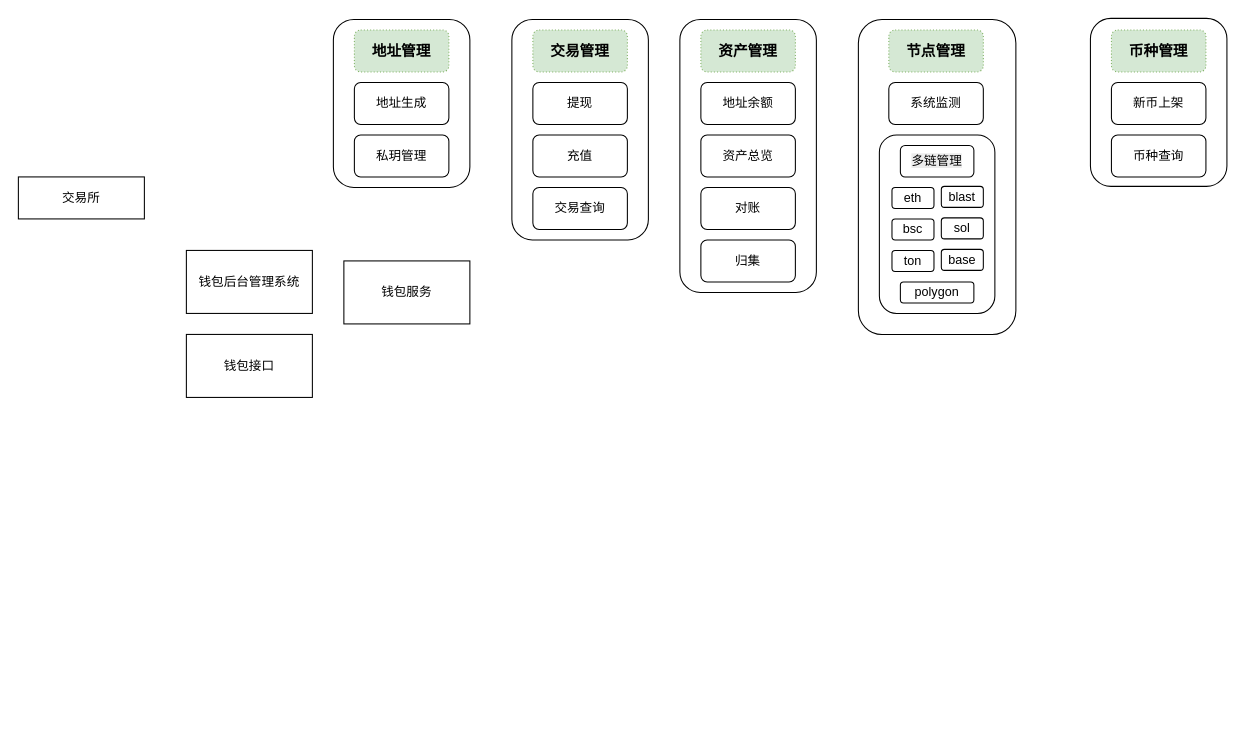
jirasun/sun keeps this draw.io diagram as test.drawio. Above is the earlier version. Source tidied: cells renumbered, new cells numbered last; positions are measured from the earlier drawing's top-left corner, leaving out a move shared by most shapes. Both pictures are drawn from the tidied source at 105%, with x=0, y=0 at pixel (18, 18).
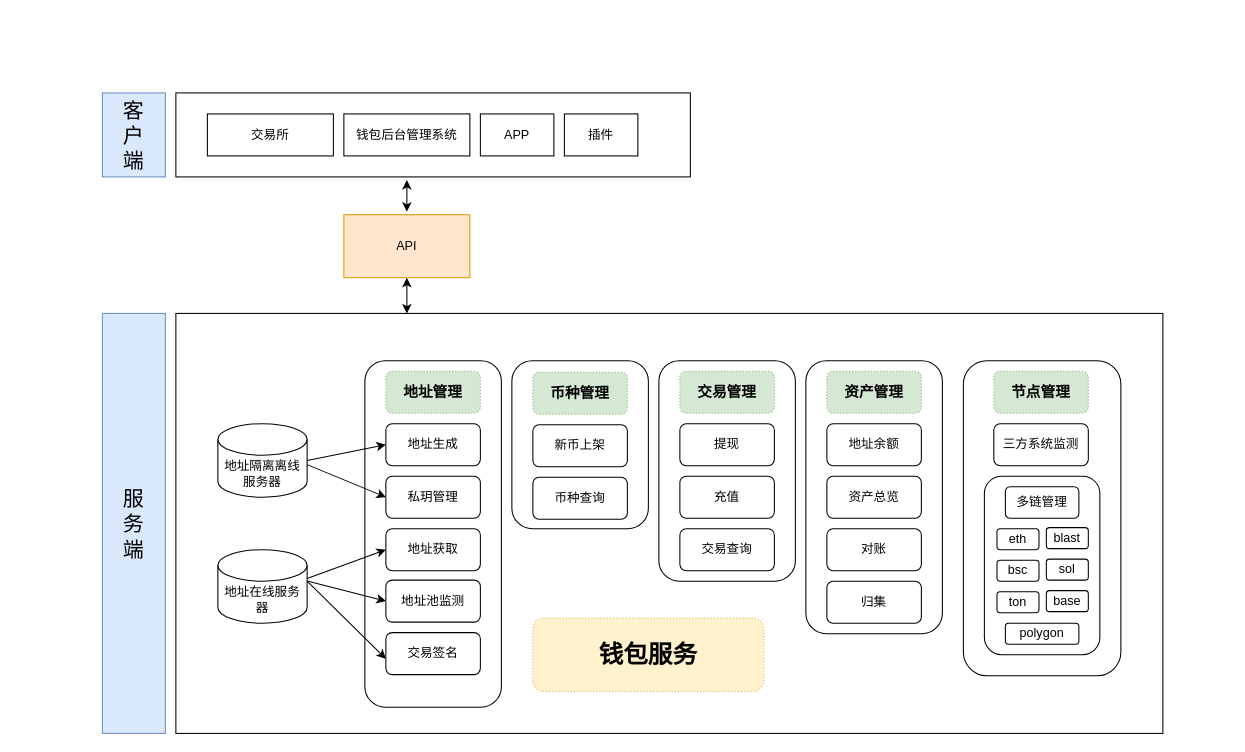
Above is the later version.

What changed in the source:
```diff
@@
+    <mxCell id="37" style="rounded=0;whiteSpace=wrap;html=1;align=center;verticalAlign=middle;fontFamily=Helvetica;fontSize=12;" parent="1" vertex="1">
+      <mxGeometry x="150" y="71" width="490" height="80" as="geometry" />
+    </mxCell>
     <mxCell id="2" value="交易所" style="rounded=0;whiteSpace=wrap;html=1;" parent="1" vertex="1">
-      <mxGeometry y="151" width="120" height="40" as="geometry" />
+      <mxGeometry x="180" y="91" width="120" height="40" as="geometry" />
     </mxCell>
+    <mxCell id="23" value="钱包后台管理系统" style="rounded=0;whiteSpace=wrap;html=1;" parent="1" vertex="1">
+      <mxGeometry x="310" y="91" width="120" height="40" as="geometry" />
+    </mxCell>
+    <mxCell id="38" style="group;" parent="1" vertex="1">
+      <mxGeometry x="150" y="281" width="940" height="400" as="geometry" />
+    </mxCell>
-    <mxCell id="3" value="钱包服务" style="rounded=0;whiteSpace=wrap;html=1;" parent="1" vertex="1">
-      <mxGeometry x="310" y="231" width="120" height="60" as="geometry" />
+    <mxCell id="3" style="rounded=0;whiteSpace=wrap;html=1;" parent="38" vertex="1">
+      <mxGeometry width="940" height="400" as="geometry" />
     </mxCell>
-    <mxCell id="4" value="&lt;h3&gt;&lt;br&gt;&lt;/h3&gt;" style="rounded=1;whiteSpace=wrap;html=1;align=left;verticalAlign=top;" parent="1" vertex="1">
-      <mxGeometry x="300" y="1" width="130" height="160" as="geometry" />
-    </mxCell>
-    <mxCell id="5" value="地址生成" style="rounded=1;whiteSpace=wrap;html=1;" parent="1" vertex="1">
-      <mxGeometry x="320" y="61" width="90" height="40" as="geometry" />
-    </mxCell>
-    <mxCell id="6" value="私玥管理" style="rounded=1;whiteSpace=wrap;html=1;" parent="1" vertex="1">
-      <mxGeometry x="320" y="111" width="90" height="40" as="geometry" />
-    </mxCell>
-    <mxCell id="7" value="&lt;h3 style=&quot;text-align: left;&quot;&gt;&lt;font style=&quot;font-size: 14px; line-height: 14px;&quot;&gt;地址管理&lt;/font&gt;&lt;/h3&gt;" style="rounded=1;whiteSpace=wrap;html=1;fillColor=#d5e8d4;strokeColor=#82b366;dashed=1;dashPattern=1 2;" parent="1" vertex="1">
-      <mxGeometry x="320" y="11" width="90" height="40" as="geometry" />
-    </mxCell>
-    <mxCell id="8" value="&lt;h3&gt;&lt;br&gt;&lt;/h3&gt;" style="rounded=1;whiteSpace=wrap;html=1;align=left;verticalAlign=top;" parent="1" vertex="1">
-      <mxGeometry x="470" y="1" width="130" height="210" as="geometry" />
-    </mxCell>
-    <mxCell id="9" value="提现" style="rounded=1;whiteSpace=wrap;html=1;" parent="1" vertex="1">
-      <mxGeometry x="490" y="61" width="90" height="40" as="geometry" />
-    </mxCell>
-    <mxCell id="10" value="充值" style="rounded=1;whiteSpace=wrap;html=1;" parent="1" vertex="1">
-      <mxGeometry x="490" y="111" width="90" height="40" as="geometry" />
-    </mxCell>
-    <mxCell id="11" value="&lt;h3 style=&quot;text-align: left;&quot;&gt;&lt;font style=&quot;font-size: 14px; line-height: 14px;&quot;&gt;交易管理&lt;/font&gt;&lt;/h3&gt;" style="rounded=1;whiteSpace=wrap;html=1;fillColor=#d5e8d4;strokeColor=#82b366;dashed=1;dashPattern=1 2;" parent="1" vertex="1">
-      <mxGeometry x="490" y="11" width="90" height="40" as="geometry" />
-    </mxCell>
-    <mxCell id="12" value="交易查询" style="rounded=1;whiteSpace=wrap;html=1;" parent="1" vertex="1">
-      <mxGeometry x="490" y="161" width="90" height="40" as="geometry" />
-    </mxCell>
-    <mxCell id="13" value="&lt;h3&gt;&lt;br&gt;&lt;/h3&gt;" style="rounded=1;whiteSpace=wrap;html=1;align=left;verticalAlign=top;" parent="1" vertex="1">
-      <mxGeometry x="630" y="1" width="130" height="260" as="geometry" />
-    </mxCell>
-    <mxCell id="14" value="地址余额" style="rounded=1;whiteSpace=wrap;html=1;" parent="1" vertex="1">
-      <mxGeometry x="650" y="61" width="90" height="40" as="geometry" />
-    </mxCell>
-    <mxCell id="15" value="资产总览" style="rounded=1;whiteSpace=wrap;html=1;" parent="1" vertex="1">
-      <mxGeometry x="650" y="111" width="90" height="40" as="geometry" />
-    </mxCell>
-    <mxCell id="16" value="&lt;h3 style=&quot;text-align: left;&quot;&gt;&lt;font style=&quot;font-size: 14px; line-height: 14px;&quot;&gt;资产管理&lt;/font&gt;&lt;/h3&gt;" style="rounded=1;whiteSpace=wrap;html=1;fillColor=#d5e8d4;strokeColor=#82b366;dashed=1;dashPattern=1 2;" parent="1" vertex="1">
-      <mxGeometry x="650" y="11" width="90" height="40" as="geometry" />
-    </mxCell>
-    <mxCell id="17" value="对账" style="rounded=1;whiteSpace=wrap;html=1;" parent="1" vertex="1">
-      <mxGeometry x="650" y="161" width="90" height="40" as="geometry" />
-    </mxCell>
-    <mxCell id="18" value="归集" style="rounded=1;whiteSpace=wrap;html=1;" parent="1" vertex="1">
-      <mxGeometry x="650" y="211" width="90" height="40" as="geometry" />
-    </mxCell>
+    <mxCell id="39" style="group;" parent="38" vertex="1">
+      <mxGeometry x="320" y="45" width="130" height="160" as="geometry" />
+    </mxCell>
+    <mxCell id="33" value="&lt;h3&gt;&lt;br&gt;&lt;/h3&gt;" style="rounded=1;whiteSpace=wrap;html=1;align=left;verticalAlign=top;" parent="39" vertex="1">
+      <mxGeometry width="130" height="160" as="geometry" />
+    </mxCell>
+    <mxCell id="34" value="新币上架" style="rounded=1;whiteSpace=wrap;html=1;" parent="39" vertex="1">
+      <mxGeometry x="20" y="61" width="90" height="40" as="geometry" />
+    </mxCell>
+    <mxCell id="35" value="币种查询" style="rounded=1;whiteSpace=wrap;html=1;" parent="39" vertex="1">
+      <mxGeometry x="20" y="111" width="90" height="40" as="geometry" />
+    </mxCell>
+    <mxCell id="36" value="&lt;h3 style=&quot;text-align: left;&quot;&gt;&lt;font style=&quot;font-size: 14px; line-height: 14px;&quot;&gt;币种管理&lt;/font&gt;&lt;/h3&gt;" style="rounded=1;whiteSpace=wrap;html=1;fillColor=#d5e8d4;strokeColor=#82b366;dashed=1;dashPattern=1 2;" parent="39" vertex="1">
+      <mxGeometry x="20" y="11" width="90" height="40" as="geometry" />
+    </mxCell>
+    <mxCell id="40" style="group;" parent="38" vertex="1">
+      <mxGeometry x="750" y="45" width="150" height="300" as="geometry" />
+    </mxCell>
-    <mxCell id="19" value="&lt;h3&gt;&lt;br&gt;&lt;/h3&gt;" style="rounded=1;whiteSpace=wrap;html=1;align=left;verticalAlign=top;" parent="1" vertex="1">
-      <mxGeometry x="800" y="1" width="150" height="300" as="geometry" />
+    <mxCell id="19" value="&lt;h3&gt;&lt;br&gt;&lt;/h3&gt;" style="rounded=1;whiteSpace=wrap;html=1;align=left;verticalAlign=top;" parent="40" vertex="1">
+      <mxGeometry width="150" height="300" as="geometry" />
     </mxCell>
-    <mxCell id="20" value="系统监测" style="rounded=1;whiteSpace=wrap;html=1;" parent="1" vertex="1">
-      <mxGeometry x="829" y="61" width="90" height="40" as="geometry" />
+    <mxCell id="20" value="三方系统监测" style="rounded=1;whiteSpace=wrap;html=1;" parent="40" vertex="1">
+      <mxGeometry x="29" y="60" width="90" height="40" as="geometry" />
     </mxCell>
-    <mxCell id="21" style="rounded=1;whiteSpace=wrap;html=1;" parent="1" vertex="1">
-      <mxGeometry x="820" y="111" width="110" height="170" as="geometry" />
+    <mxCell id="21" style="rounded=1;whiteSpace=wrap;html=1;" parent="40" vertex="1">
+      <mxGeometry x="20" y="110" width="110" height="170" as="geometry" />
     </mxCell>
-    <mxCell id="22" value="&lt;h3 style=&quot;text-align: left;&quot;&gt;&lt;font style=&quot;font-size: 14px; line-height: 14px;&quot;&gt;节点管理&lt;/font&gt;&lt;/h3&gt;" style="rounded=1;whiteSpace=wrap;html=1;fillColor=#d5e8d4;strokeColor=#82b366;dashed=1;dashPattern=1 2;" parent="1" vertex="1">
-      <mxGeometry x="829" y="11" width="90" height="40" as="geometry" />
+    <mxCell id="22" value="&lt;h3 style=&quot;text-align: left;&quot;&gt;&lt;font style=&quot;font-size: 14px; line-height: 14px;&quot;&gt;节点管理&lt;/font&gt;&lt;/h3&gt;" style="rounded=1;whiteSpace=wrap;html=1;fillColor=#d5e8d4;strokeColor=#82b366;dashed=1;dashPattern=1 2;" parent="40" vertex="1">
+      <mxGeometry x="29" y="10" width="90" height="40" as="geometry" />
     </mxCell>
-    <mxCell id="23" value="钱包后台管理系统" style="rounded=0;whiteSpace=wrap;html=1;" parent="1" vertex="1">
-      <mxGeometry x="160" y="221" width="120" height="60" as="geometry" />
-    </mxCell>
-    <mxCell id="24" value="钱包接口" style="rounded=0;whiteSpace=wrap;html=1;" parent="1" vertex="1">
-      <mxGeometry x="160" y="301" width="120" height="60" as="geometry" />
-    </mxCell>
-    <mxCell id="25" value="&lt;span style=&quot;color: rgb(0, 0, 0); font-family: Helvetica; font-size: 12px; font-style: normal; font-variant-ligatures: normal; font-variant-caps: normal; font-weight: 400; letter-spacing: normal; orphans: 2; text-align: center; text-indent: 0px; text-transform: none; widows: 2; word-spacing: 0px; -webkit-text-stroke-width: 0px; white-space: normal; background-color: rgb(236, 236, 236); text-decoration-thickness: initial; text-decoration-style: initial; text-decoration-color: initial; display: inline !important; float: none;&quot;&gt;多链管理&lt;/span&gt;" style="rounded=1;whiteSpace=wrap;html=1;" parent="1" vertex="1">
-      <mxGeometry x="840" y="121" width="70" height="30" as="geometry" />
+    <mxCell id="25" value="&lt;span style=&quot;color: rgb(0, 0, 0); font-family: Helvetica; font-size: 12px; font-style: normal; font-variant-ligatures: normal; font-variant-caps: normal; font-weight: 400; letter-spacing: normal; orphans: 2; text-align: center; text-indent: 0px; text-transform: none; widows: 2; word-spacing: 0px; -webkit-text-stroke-width: 0px; white-space: normal; text-decoration-thickness: initial; text-decoration-style: initial; text-decoration-color: initial; float: none; background-color: rgb(255, 255, 255); display: inline !important;&quot;&gt;多链管理&lt;/span&gt;" style="rounded=1;whiteSpace=wrap;html=1;" parent="40" vertex="1">
+      <mxGeometry x="40" y="120" width="70" height="30" as="geometry" />
     </mxCell>
-    <mxCell id="26" value="eth" style="rounded=1;whiteSpace=wrap;html=1;" parent="1" vertex="1">
-      <mxGeometry x="832" y="161" width="40" height="20" as="geometry" />
+    <mxCell id="26" value="eth" style="rounded=1;whiteSpace=wrap;html=1;" parent="40" vertex="1">
+      <mxGeometry x="32" y="160" width="40" height="20" as="geometry" />
     </mxCell>
-    <mxCell id="27" value="bsc" style="rounded=1;whiteSpace=wrap;html=1;" parent="1" vertex="1">
-      <mxGeometry x="832" y="191" width="40" height="20" as="geometry" />
+    <mxCell id="27" value="bsc" style="rounded=1;whiteSpace=wrap;html=1;" parent="40" vertex="1">
+      <mxGeometry x="32" y="190" width="40" height="20" as="geometry" />
     </mxCell>
-    <mxCell id="28" value="polygon" style="rounded=1;whiteSpace=wrap;html=1;" parent="1" vertex="1">
-      <mxGeometry x="840" y="251" width="70" height="20" as="geometry" />
+    <mxCell id="28" value="polygon" style="rounded=1;whiteSpace=wrap;html=1;" parent="40" vertex="1">
+      <mxGeometry x="40" y="250" width="70" height="20" as="geometry" />
     </mxCell>
-    <mxCell id="29" value="ton" style="rounded=1;whiteSpace=wrap;html=1;" parent="1" vertex="1">
-      <mxGeometry x="832" y="221" width="40" height="20" as="geometry" />
+    <mxCell id="29" value="ton" style="rounded=1;whiteSpace=wrap;html=1;" parent="40" vertex="1">
+      <mxGeometry x="32" y="220" width="40" height="20" as="geometry" />
     </mxCell>
-    <mxCell id="30" value="blast" style="rounded=1;whiteSpace=wrap;html=1;" parent="1" vertex="1">
-      <mxGeometry x="879" y="160" width="40" height="20" as="geometry" />
+    <mxCell id="30" value="blast" style="rounded=1;whiteSpace=wrap;html=1;" parent="40" vertex="1">
+      <mxGeometry x="79" y="159" width="40" height="20" as="geometry" />
     </mxCell>
-    <mxCell id="31" value="sol" style="rounded=1;whiteSpace=wrap;html=1;" parent="1" vertex="1">
-      <mxGeometry x="879" y="190" width="40" height="20" as="geometry" />
+    <mxCell id="31" value="sol" style="rounded=1;whiteSpace=wrap;html=1;" parent="40" vertex="1">
+      <mxGeometry x="79" y="189" width="40" height="20" as="geometry" />
     </mxCell>
-    <mxCell id="32" value="base" style="rounded=1;whiteSpace=wrap;html=1;" parent="1" vertex="1">
-      <mxGeometry x="879" y="220" width="40" height="20" as="geometry" />
+    <mxCell id="32" value="base" style="rounded=1;whiteSpace=wrap;html=1;" parent="40" vertex="1">
+      <mxGeometry x="79" y="219" width="40" height="20" as="geometry" />
     </mxCell>
-    <mxCell id="33" value="&lt;h3&gt;&lt;br&gt;&lt;/h3&gt;" style="rounded=1;whiteSpace=wrap;html=1;align=left;verticalAlign=top;" parent="1" vertex="1">
-      <mxGeometry x="1021" width="130" height="160" as="geometry" />
-    </mxCell>
-    <mxCell id="34" value="新币上架" style="rounded=1;whiteSpace=wrap;html=1;" parent="1" vertex="1">
-      <mxGeometry x="1041" y="61" width="90" height="40" as="geometry" />
-    </mxCell>
-    <mxCell id="35" value="币种查询" style="rounded=1;whiteSpace=wrap;html=1;" parent="1" vertex="1">
-      <mxGeometry x="1041" y="111" width="90" height="40" as="geometry" />
-    </mxCell>
-    <mxCell id="36" value="&lt;h3 style=&quot;text-align: left;&quot;&gt;&lt;font style=&quot;font-size: 14px; line-height: 14px;&quot;&gt;币种管理&lt;/font&gt;&lt;/h3&gt;" style="rounded=1;whiteSpace=wrap;html=1;fillColor=#d5e8d4;strokeColor=#82b366;dashed=1;dashPattern=1 2;" parent="1" vertex="1">
-      <mxGeometry x="1041" y="11" width="90" height="40" as="geometry" />
-    </mxCell>
+    <mxCell id="41" style="group;" parent="38" vertex="1">
+      <mxGeometry x="600" y="45" width="130" height="260" as="geometry" />
+    </mxCell>
+    <mxCell id="13" value="&lt;h3&gt;&lt;br&gt;&lt;/h3&gt;" style="rounded=1;whiteSpace=wrap;html=1;align=left;verticalAlign=top;" parent="41" vertex="1">
+      <mxGeometry width="130" height="260" as="geometry" />
+    </mxCell>
+    <mxCell id="14" value="地址余额" style="rounded=1;whiteSpace=wrap;html=1;" parent="41" vertex="1">
+      <mxGeometry x="20" y="60" width="90" height="40" as="geometry" />
+    </mxCell>
+    <mxCell id="15" value="资产总览" style="rounded=1;whiteSpace=wrap;html=1;" parent="41" vertex="1">
+      <mxGeometry x="20" y="110" width="90" height="40" as="geometry" />
+    </mxCell>
+    <mxCell id="16" value="&lt;h3 style=&quot;text-align: left;&quot;&gt;&lt;font style=&quot;font-size: 14px; line-height: 14px;&quot;&gt;资产管理&lt;/font&gt;&lt;/h3&gt;" style="rounded=1;whiteSpace=wrap;html=1;fillColor=#d5e8d4;strokeColor=#82b366;dashed=1;dashPattern=1 2;" parent="41" vertex="1">
+      <mxGeometry x="20" y="10" width="90" height="40" as="geometry" />
+    </mxCell>
+    <mxCell id="17" value="对账" style="rounded=1;whiteSpace=wrap;html=1;" parent="41" vertex="1">
+      <mxGeometry x="20" y="160" width="90" height="40" as="geometry" />
+    </mxCell>
+    <mxCell id="18" value="归集" style="rounded=1;whiteSpace=wrap;html=1;" parent="41" vertex="1">
+      <mxGeometry x="20" y="210" width="90" height="40" as="geometry" />
+    </mxCell>
+    <mxCell id="42" style="group;" parent="38" vertex="1">
+      <mxGeometry x="460" y="45" width="130" height="210" as="geometry" />
+    </mxCell>
+    <mxCell id="8" value="&lt;h3&gt;&lt;br&gt;&lt;/h3&gt;" style="rounded=1;whiteSpace=wrap;html=1;align=left;verticalAlign=top;" parent="42" vertex="1">
+      <mxGeometry width="130" height="210" as="geometry" />
+    </mxCell>
+    <mxCell id="9" value="提现" style="rounded=1;whiteSpace=wrap;html=1;" parent="42" vertex="1">
+      <mxGeometry x="20" y="60" width="90" height="40" as="geometry" />
+    </mxCell>
+    <mxCell id="10" value="充值" style="rounded=1;whiteSpace=wrap;html=1;" parent="42" vertex="1">
+      <mxGeometry x="20" y="110" width="90" height="40" as="geometry" />
+    </mxCell>
+    <mxCell id="11" value="&lt;h3 style=&quot;text-align: left;&quot;&gt;&lt;font style=&quot;font-size: 14px; line-height: 14px;&quot;&gt;交易管理&lt;/font&gt;&lt;/h3&gt;" style="rounded=1;whiteSpace=wrap;html=1;fillColor=#d5e8d4;strokeColor=#82b366;dashed=1;dashPattern=1 2;" parent="42" vertex="1">
+      <mxGeometry x="20" y="10" width="90" height="40" as="geometry" />
+    </mxCell>
+    <mxCell id="12" value="交易查询" style="rounded=1;whiteSpace=wrap;html=1;" parent="42" vertex="1">
+      <mxGeometry x="20" y="160" width="90" height="40" as="geometry" />
+    </mxCell>
+    <mxCell id="43" style="group;" parent="38" vertex="1">
+      <mxGeometry x="40" y="45" width="270" height="330" as="geometry" />
+    </mxCell>
+    <mxCell id="4" value="&lt;h3&gt;&lt;br&gt;&lt;/h3&gt;" style="rounded=1;whiteSpace=wrap;html=1;align=left;verticalAlign=top;" parent="43" vertex="1">
+      <mxGeometry x="140" width="130" height="330" as="geometry" />
+    </mxCell>
+    <mxCell id="5" value="地址生成" style="rounded=1;whiteSpace=wrap;html=1;" parent="43" vertex="1">
+      <mxGeometry x="160" y="60" width="90" height="40" as="geometry" />
+    </mxCell>
+    <mxCell id="6" value="私玥管理" style="rounded=1;whiteSpace=wrap;html=1;" parent="43" vertex="1">
+      <mxGeometry x="160" y="110" width="90" height="40" as="geometry" />
+    </mxCell>
+    <mxCell id="7" value="&lt;h3 style=&quot;text-align: left;&quot;&gt;&lt;font style=&quot;font-size: 14px; line-height: 14px;&quot;&gt;地址管理&lt;/font&gt;&lt;/h3&gt;" style="rounded=1;whiteSpace=wrap;html=1;fillColor=#d5e8d4;strokeColor=#82b366;dashed=1;dashPattern=1 2;" parent="43" vertex="1">
+      <mxGeometry x="160" y="10" width="90" height="40" as="geometry" />
+    </mxCell>
+    <mxCell id="44" value="地址隔离离线服务器" style="shape=cylinder3;whiteSpace=wrap;html=1;boundedLbl=1;backgroundOutline=1;size=15;" parent="43" vertex="1">
+      <mxGeometry y="60" width="85" height="70" as="geometry" />
+    </mxCell>
+    <mxCell id="45" style="endArrow=classic;html=1;rounded=0;exitX=1;exitY=0.5;exitDx=0;exitDy=0;exitPerimeter=0;" parent="43" edge="1" source="44">
+      <mxGeometry relative="1" as="geometry">
+        <mxPoint x="160" y="80" as="targetPoint" />
+      </mxGeometry>
+    </mxCell>
+    <mxCell id="46" style="endArrow=classic;html=1;rounded=0;entryX=0;entryY=0.5;entryDx=0;entryDy=0;" parent="43" edge="1" target="6">
+      <mxGeometry relative="1" as="geometry">
+        <mxPoint x="85" y="99" as="sourcePoint" />
+      </mxGeometry>
+    </mxCell>
+    <mxCell id="47" value="地址获取" style="rounded=1;whiteSpace=wrap;html=1;" parent="43" vertex="1">
+      <mxGeometry x="160" y="160" width="90" height="40" as="geometry" />
+    </mxCell>
+    <mxCell id="48" value="地址池监测" style="rounded=1;whiteSpace=wrap;html=1;" parent="43" vertex="1">
+      <mxGeometry x="160" y="209" width="90" height="40" as="geometry" />
+    </mxCell>
+    <mxCell id="49" value="交易签名" style="rounded=1;whiteSpace=wrap;html=1;" parent="43" vertex="1">
+      <mxGeometry x="160" y="259" width="90" height="40" as="geometry" />
+    </mxCell>
+    <mxCell id="50" value="地址在线服务器" style="shape=cylinder3;whiteSpace=wrap;html=1;boundedLbl=1;backgroundOutline=1;size=15;" parent="43" vertex="1">
+      <mxGeometry y="180" width="85" height="70" as="geometry" />
+    </mxCell>
+    <mxCell id="51" style="endArrow=classic;html=1;rounded=0;exitX=1;exitY=0.5;exitDx=0;exitDy=0;exitPerimeter=0;entryX=0;entryY=0.5;entryDx=0;entryDy=0;" parent="43" edge="1" target="47">
+      <mxGeometry relative="1" as="geometry">
+        <mxPoint x="85" y="207.5" as="sourcePoint" />
+      </mxGeometry>
+    </mxCell>
+    <mxCell id="52" style="endArrow=classic;html=1;rounded=0;entryX=0;entryY=0.5;entryDx=0;entryDy=0;" parent="43" edge="1" target="48">
+      <mxGeometry relative="1" as="geometry">
+        <mxPoint x="86" y="210" as="sourcePoint" />
+      </mxGeometry>
+    </mxCell>
+    <mxCell id="53" style="endArrow=classic;html=1;rounded=0;entryX=0;entryY=0.5;entryDx=0;entryDy=0;exitX=1;exitY=0;exitDx=0;exitDy=25;exitPerimeter=0;" parent="43" edge="1">
+      <mxGeometry relative="1" as="geometry">
+        <mxPoint x="85" y="210" as="sourcePoint" />
+        <mxPoint x="160" y="284" as="targetPoint" />
+      </mxGeometry>
+    </mxCell>
+    <mxCell id="54" value="&lt;h3 style=&quot;text-align: left;&quot;&gt;&lt;span&gt;钱包服务&lt;/span&gt;&lt;/h3&gt;" style="rounded=1;whiteSpace=wrap;html=1;fillColor=#fff2cc;strokeColor=#d6b656;dashed=1;dashPattern=1 2;fontSize=20;" parent="38" vertex="1">
+      <mxGeometry x="340" y="290" width="220" height="70" as="geometry" />
+    </mxCell>
+    <mxCell id="55" value="&lt;font style=&quot;font-size: 20px;&quot;&gt;服&lt;/font&gt;&lt;div&gt;&lt;div&gt;&lt;font style=&quot;font-size: 20px;&quot;&gt;务&lt;/font&gt;&lt;/div&gt;&lt;div&gt;&lt;font style=&quot;font-size: 20px;&quot;&gt;端&lt;/font&gt;&lt;/div&gt;&lt;/div&gt;" style="rounded=0;whiteSpace=wrap;html=1;strokeColor=#6c8ebf;align=center;verticalAlign=middle;fontFamily=Helvetica;fontSize=12;fillColor=#dae8fc;" parent="1" vertex="1">
+      <mxGeometry x="80" y="281" width="60" height="400" as="geometry" />
+    </mxCell>
+    <mxCell id="56" value="&lt;span style=&quot;font-size: 20px;&quot;&gt;客&lt;/span&gt;&lt;div&gt;&lt;span style=&quot;font-size: 20px;&quot;&gt;户&lt;/span&gt;&lt;/div&gt;&lt;div&gt;&lt;span style=&quot;font-size: 20px;&quot;&gt;端&lt;/span&gt;&lt;/div&gt;" style="rounded=0;whiteSpace=wrap;html=1;strokeColor=#6c8ebf;align=center;verticalAlign=middle;fontFamily=Helvetica;fontSize=12;fillColor=#dae8fc;" parent="1" vertex="1">
+      <mxGeometry x="80" y="71" width="60" height="80" as="geometry" />
+    </mxCell>
+    <mxCell id="57" style="endArrow=classic;startArrow=classic;html=1;rounded=0;fontFamily=Helvetica;fontSize=12;fontColor=default;" parent="1" edge="1">
+      <mxGeometry relative="1" as="geometry">
+        <mxPoint x="370" y="184" as="sourcePoint" />
+        <mxPoint x="370" y="154" as="targetPoint" />
+      </mxGeometry>
+    </mxCell>
+    <mxCell id="58" value="API" style="rounded=0;whiteSpace=wrap;html=1;strokeColor=#d79b00;align=center;verticalAlign=middle;fontFamily=Helvetica;fontSize=12;fontColor=default;fillColor=#ffe6cc;" parent="1" vertex="1">
+      <mxGeometry x="310" y="187" width="120" height="60" as="geometry" />
+    </mxCell>
+    <mxCell id="59" value="APP" style="rounded=0;whiteSpace=wrap;html=1;" parent="1" vertex="1">
+      <mxGeometry x="440" y="91" width="70" height="40" as="geometry" />
+    </mxCell>
+    <mxCell id="60" value="插件" style="rounded=0;whiteSpace=wrap;html=1;" parent="1" vertex="1">
+      <mxGeometry x="520" y="91" width="70" height="40" as="geometry" />
+    </mxCell>
+    <mxCell id="61" style="endArrow=classic;startArrow=classic;html=1;rounded=0;fontFamily=Helvetica;fontSize=12;fontColor=default;entryX=0.5;entryY=1;entryDx=0;entryDy=0;" parent="1" edge="1" target="58">
+      <mxGeometry relative="1" as="geometry">
+        <mxPoint x="370" y="281" as="sourcePoint" />
+      </mxGeometry>
+    </mxCell>
```
